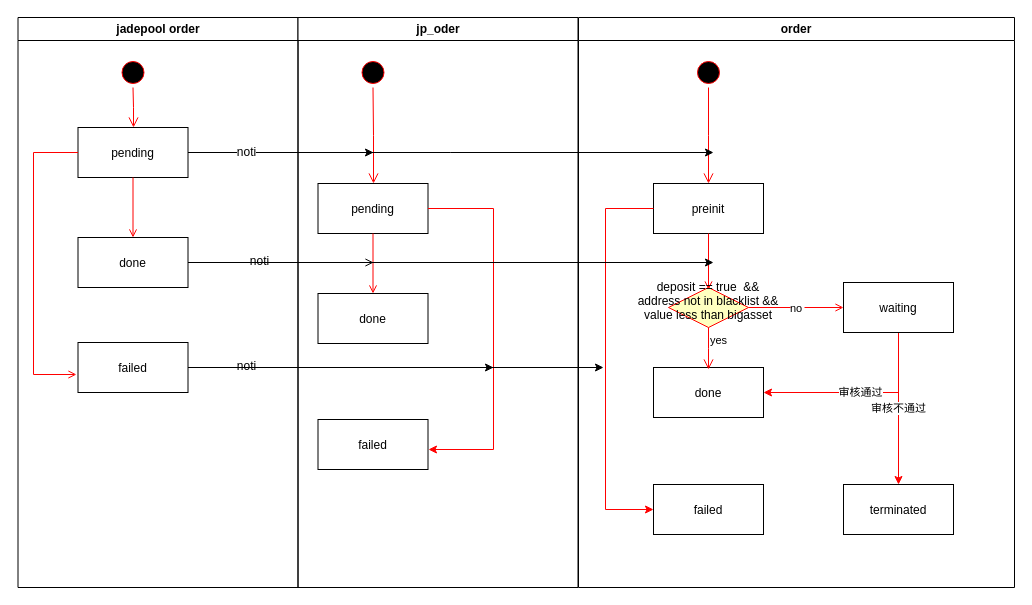
Before: deposit state machine.drawio in keyrole/graph, a draw.io diagram. Source tidied: cells renumbered, new cells numbered last; positions are measured from the earlier drawing's top-left corner, leaving out a move shared by most shapes. Both pictures are drawn from the tidied source at 100%, with x=0, y=0 at pixel (17, 17).
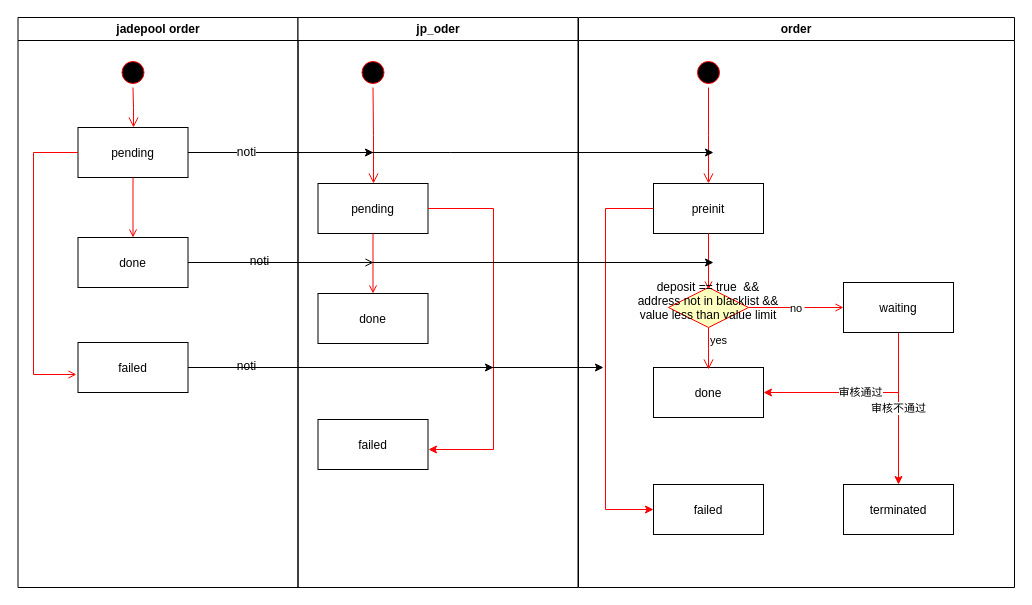
After the change.

The change refers to these unchanged cells:
```xml
<mxCell id="17" value="order" style="swimlane;whiteSpace=wrap;" parent="1" vertex="1">
  <mxGeometry x="561" width="436" height="570" as="geometry" />
</mxCell>
```

Diff of the diagram source:
```diff
@@
-    <mxCell id="25" value="deposit == true  &amp;&amp;&#10;address not in blacklist &amp;&amp;&#10;value less than bigasset&#10;" style="rhombus;fillColor=#ffffc0;strokeColor=#ff0000;" parent="17" vertex="1">
+    <mxCell id="25" value="deposit == true  &amp;&amp;&#10;address not in blacklist &amp;&amp;&#10;value less than value limit&#10;" style="rhombus;fillColor=#ffffc0;strokeColor=#ff0000;" parent="17" vertex="1">
       <mxGeometry x="90" y="270" width="80" height="40" as="geometry" />
     </mxCell>
```
